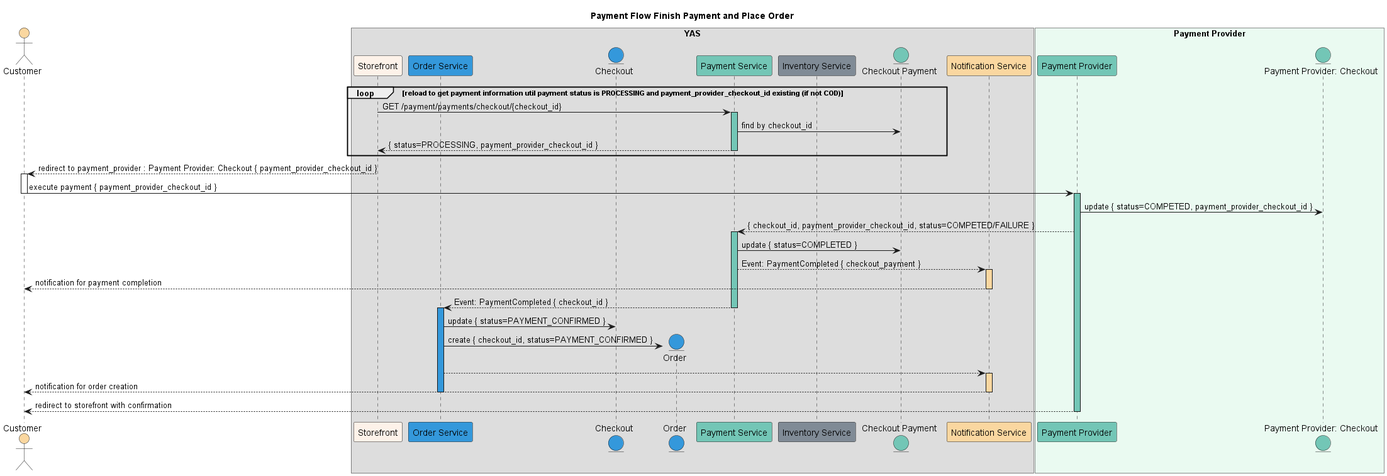
nashtech-garage/yas keeps this PlantUML diagram as docs/design/order-flows/imgs/Payment Flow Sub 3.png. Above is the earlier version.
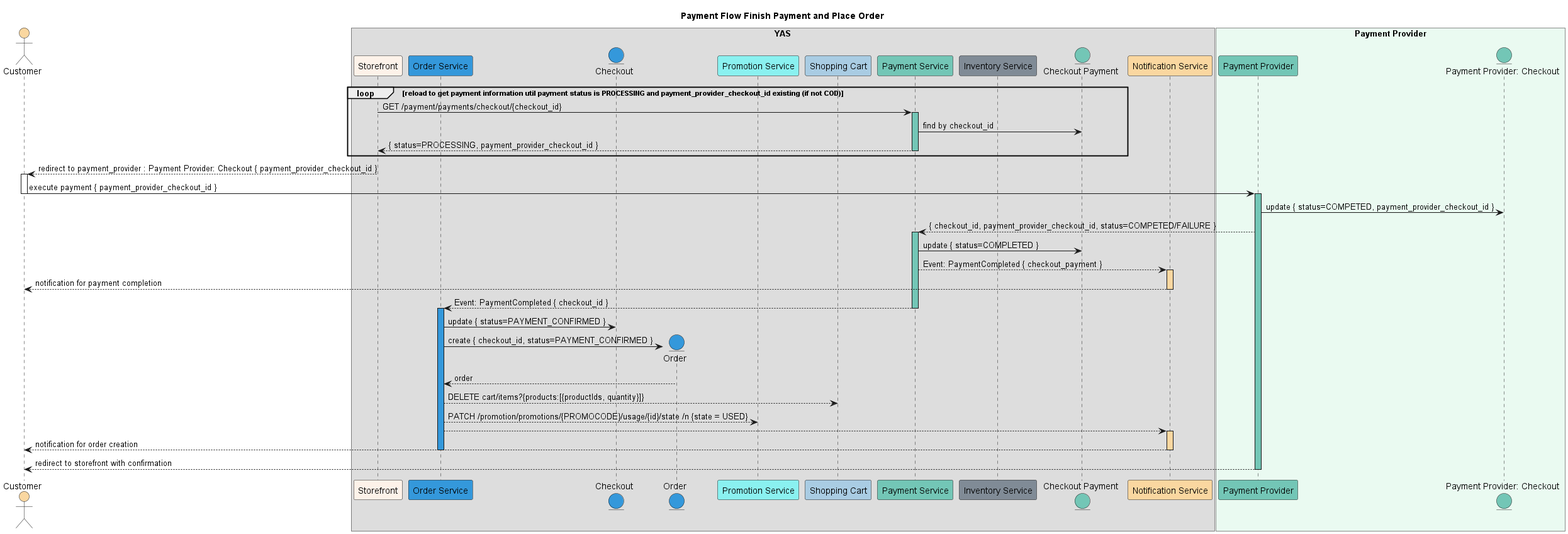
After the change.

Commit message:
Update overview diagram, move delete card to after order placement,  add coupon code flow

What changed in the source:
```diff
@@ -9,6 +9,8 @@
     participant "Order Service" as order_service #3498db
     entity "Checkout" as checkout #3498db
     entity "Order" as order #3498db
+    participant "Promotion Service" as promotion_service #8af1f0
+    participant "Shopping Cart" as shopping_cart #a9cce3
     participant "Payment Service" as payment_service #73c6b6
     participant "Inventory Service" as inventory_service #808b96
     entity "Checkout Payment" as checkout_payment #73c6b6
@@ -45,6 +47,9 @@
   activate order_service #3498db
     order_service -> checkout: update { status=PAYMENT_CONFIRMED }
     order_service -> order**:  create { checkout_id, status=PAYMENT_CONFIRMED }
+    order --> order_service: order
+    order_service --> shopping_cart: DELETE cart/items?{products:[{productIds, quantity}]}
+    order_service --> promotion_service: PATCH /promotion/promotions/{PROMOCODE}/usage/{id}/state /n {state = USED}
     order_service --> notification_service
     activate notification_service #fad7a0
       notification_service --> customer: notification for order creation
```
